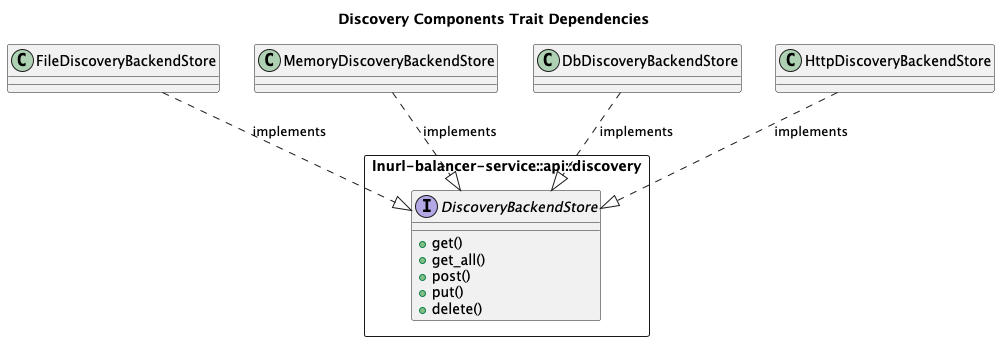
Before: doc/service_discovery_traits_diagram-Discovery_Components_Trait_Dependencies.png, a diagram exported from PlantUML (bitshock-src/switchgear). The source it was exported from:
```plantuml
@startuml
title Discovery Components Trait Dependencies

class FileDiscoveryBackendStore

class MemoryDiscoveryBackendStore

class DbDiscoveryBackendStore

class HttpDiscoveryBackendStore

package "lnurl-balancer-service::api::discovery" <<Rectangle>> {
  interface DiscoveryBackendStore {
    +get()
    +get_all()
    +post()
    +put()
    +delete()
  }
}

FileDiscoveryBackendStore ..|> DiscoveryBackendStore : implements
MemoryDiscoveryBackendStore ..|> DiscoveryBackendStore : implements
DbDiscoveryBackendStore ..|> DiscoveryBackendStore : implements
HttpDiscoveryBackendStore ..|> DiscoveryBackendStore : implements

@enduml
```
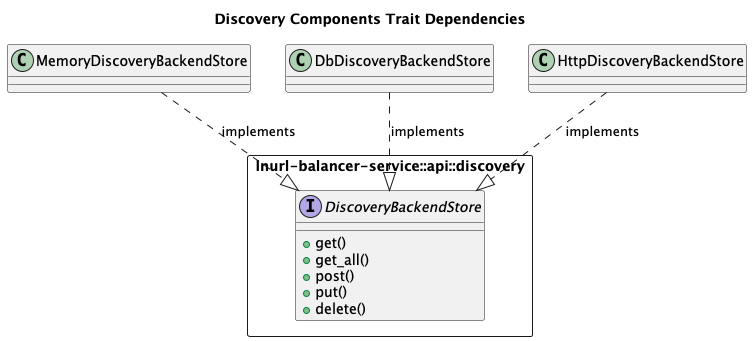
After the commit.

Diff of the diagram source:
```diff
@@ -1,7 +1,5 @@
 @startuml
 title Discovery Components Trait Dependencies
-
-class FileDiscoveryBackendStore
 
 class MemoryDiscoveryBackendStore
 
@@ -19,7 +17,6 @@
   }
 }
 
-FileDiscoveryBackendStore ..|> DiscoveryBackendStore : implements
 MemoryDiscoveryBackendStore ..|> DiscoveryBackendStore : implements
 DbDiscoveryBackendStore ..|> DiscoveryBackendStore : implements
 HttpDiscoveryBackendStore ..|> DiscoveryBackendStore : implements
```
